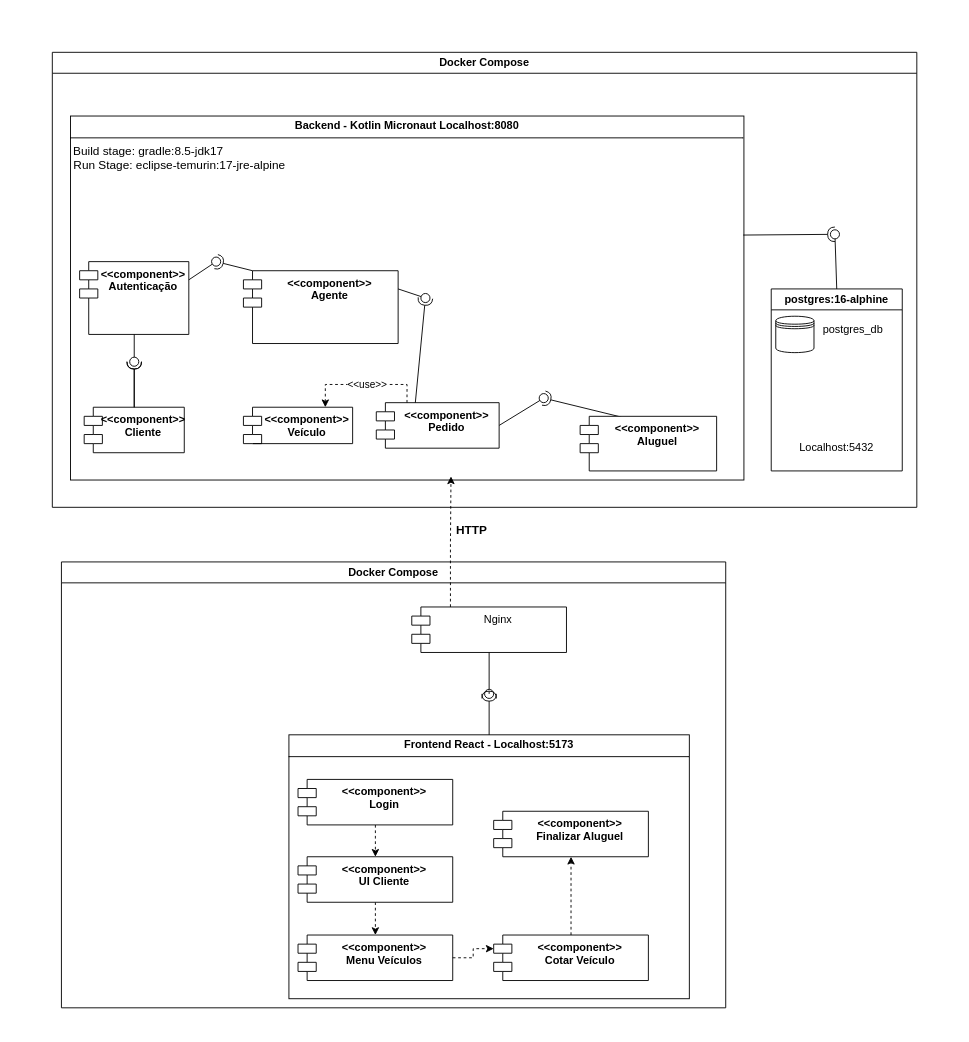
jjoaom/PS-PUCMG-DriveFlix keeps this draw.io diagram as docs/Diagrama_Implantacao.drawio. Above is the earlier version. Source tidied: cells renumbered, new cells numbered last; positions are measured from the earlier drawing's top-left corner, leaving out a move shared by most shapes. Both pictures are drawn from the tidied source at 91%, with x=0, y=0 at pixel (52, 52).
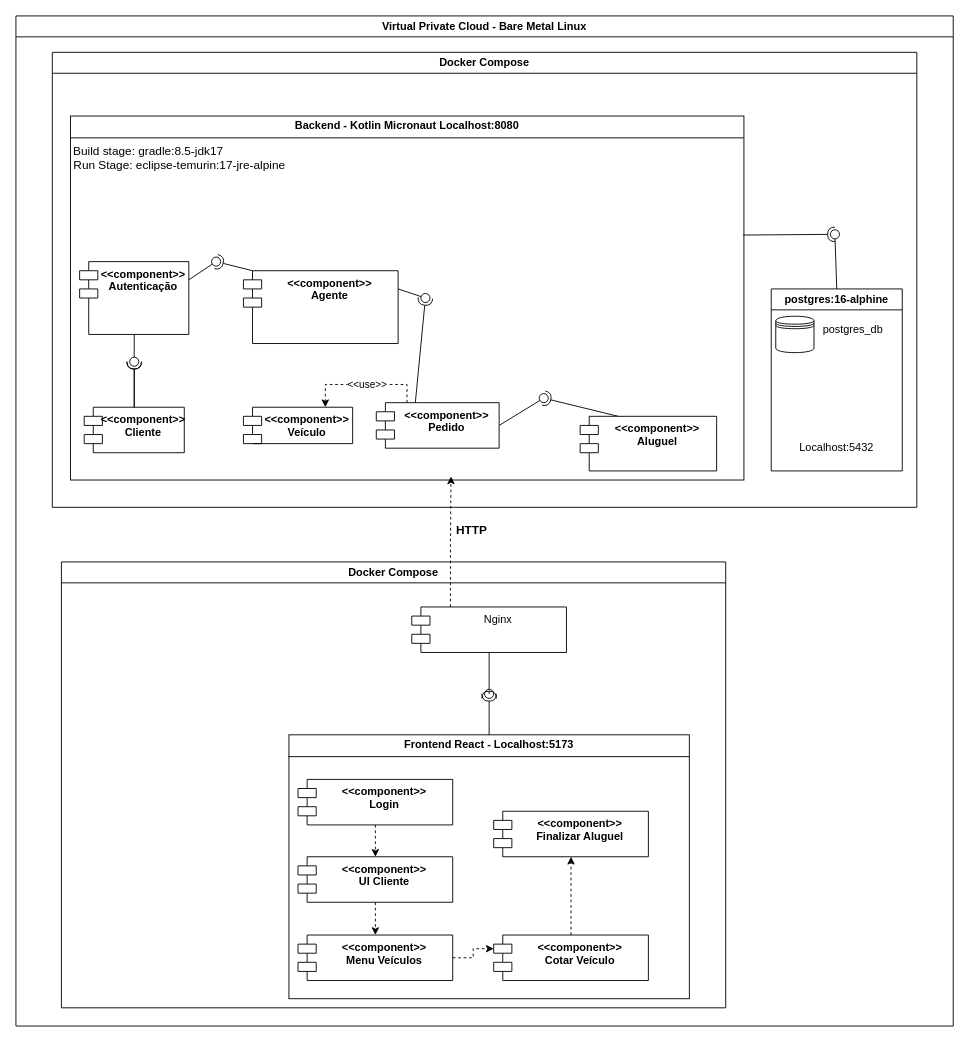
Above is the later version.

Change to the diagram source:
```diff
@@
+    <mxCell id="55" value="Virtual Private Cloud - Bare Metal Linux" style="swimlane;whiteSpace=wrap;html=1;" parent="1" vertex="1">
+      <mxGeometry x="-40" y="-40" width="1030" height="1110" as="geometry" />
+    </mxCell>
```
